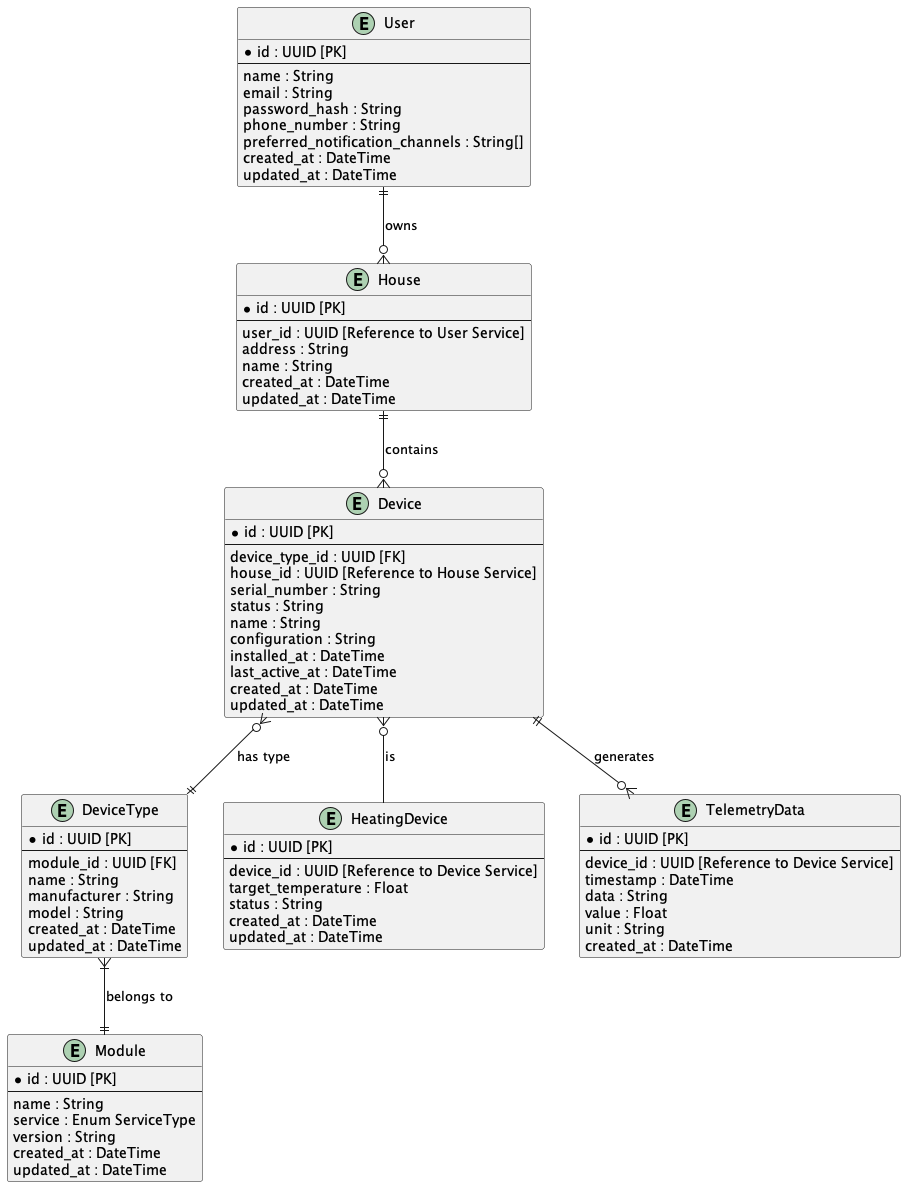
The PlantUML diagram docs/diagrams/out/task_3/ER_Diagram.png in Veles-Pan/practicum-architecture-sprint-3, before a commit.
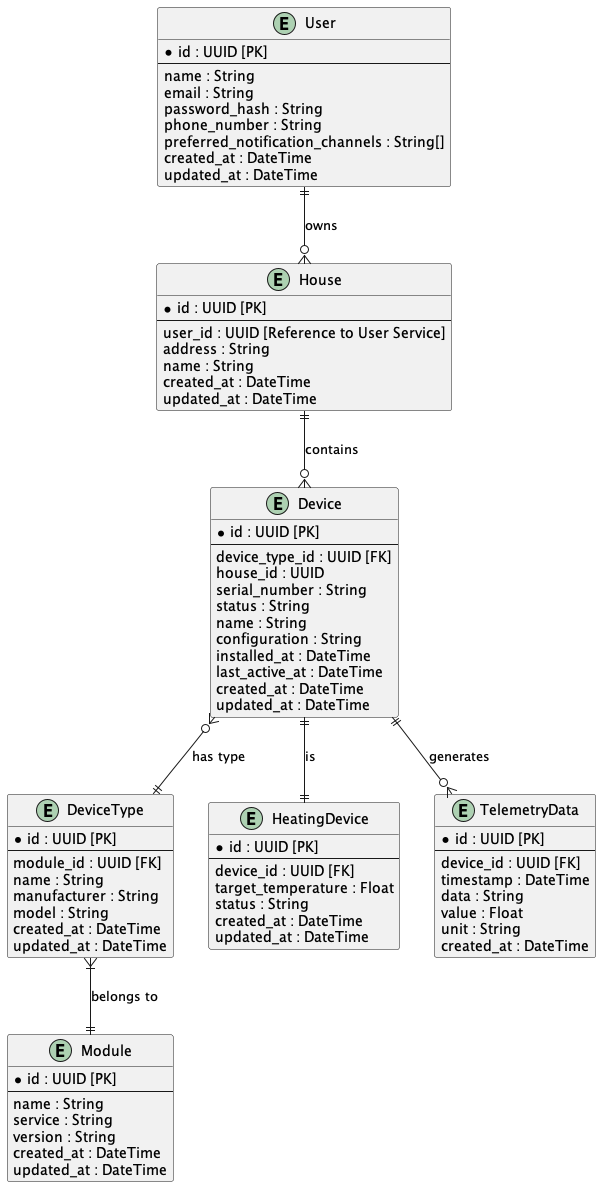
After the change.

The edit, as a diff of the source:
```diff
@@ -26,7 +26,7 @@
     * id : UUID [PK]
     --
     device_type_id : UUID [FK]
-    house_id : UUID [Reference to House Service]
+    house_id : UUID
     serial_number : String
     status : String
     name : String
@@ -52,7 +52,7 @@
     * id : UUID [PK]
     --
     name : String
-    service : Enum ServiceType
+    service : String
     version : String
     created_at : DateTime
     updated_at : DateTime
@@ -61,7 +61,7 @@
 entity "HeatingDevice" as HeatingDevice {
     * id : UUID [PK]
     --
-    device_id : UUID [Reference to Device Service]
+    device_id : UUID [FK]
     target_temperature : Float
     status : String
     created_at : DateTime
@@ -71,7 +71,7 @@
 entity "TelemetryData" as TelemetryData {
     * id : UUID [PK]
     --
-    device_id : UUID [Reference to Device Service]
+    device_id : UUID [FK]
     timestamp : DateTime
     data : String
     value : Float
@@ -85,6 +85,6 @@
 Device }o--|| DeviceType : "has type"
 DeviceType }|--|| Module : "belongs to"
 Device ||--o{ TelemetryData : "generates"
-Device }o-- HeatingDevice : "is"
+Device ||--|| HeatingDevice : "is"
 
 @enduml
```
